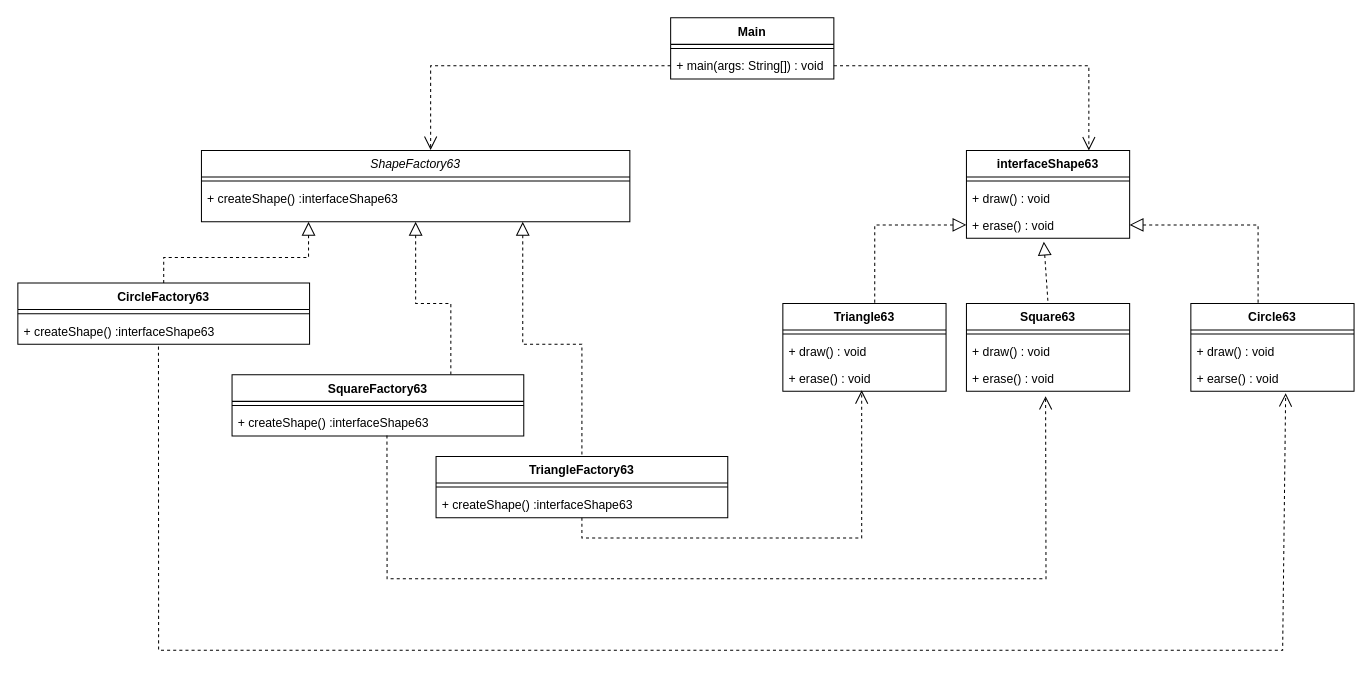
The draw.io diagram 工厂模式.drawio in MyBozai/Java, before the edit. Source tidied: cells renumbered, new cells numbered last; positions are measured from the earlier drawing's top-left corner, leaving out a move shared by most shapes. Both pictures are drawn from the tidied source at 102%, with x=0, y=0 at pixel (17, 17).
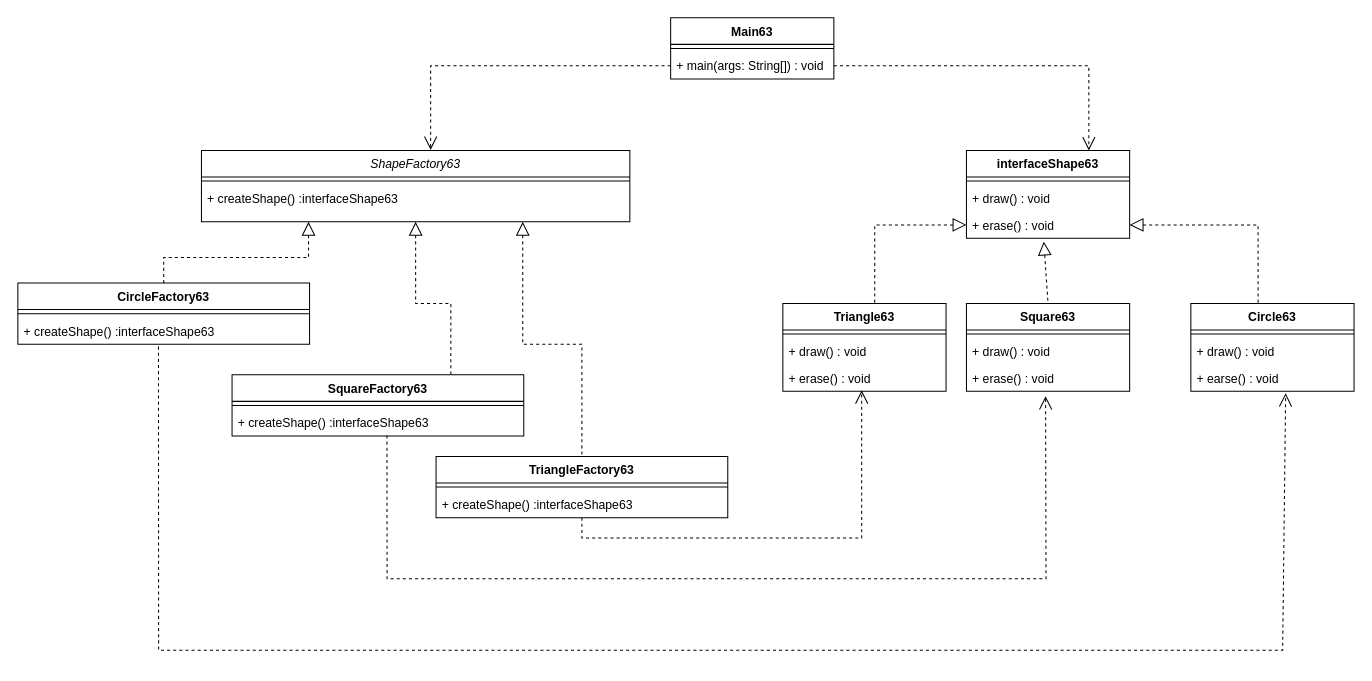
Above is the later version.

Commit message:
更新工厂模式.drawio

What changed in the source:
```diff
@@
-    <mxCell id="16" value="Main" style="swimlane;fontStyle=1;align=center;verticalAlign=top;horizontal=1;startSize=26;whiteSpace=wrap;html=1;" parent="1" vertex="1">
+    <mxCell id="16" value="Main63" style="swimlane;fontStyle=1;align=center;verticalAlign=top;horizontal=1;startSize=26;whiteSpace=wrap;html=1;" parent="1" vertex="1">
       <mxGeometry x="640" width="160" height="60" as="geometry" />
     </mxCell>
```
